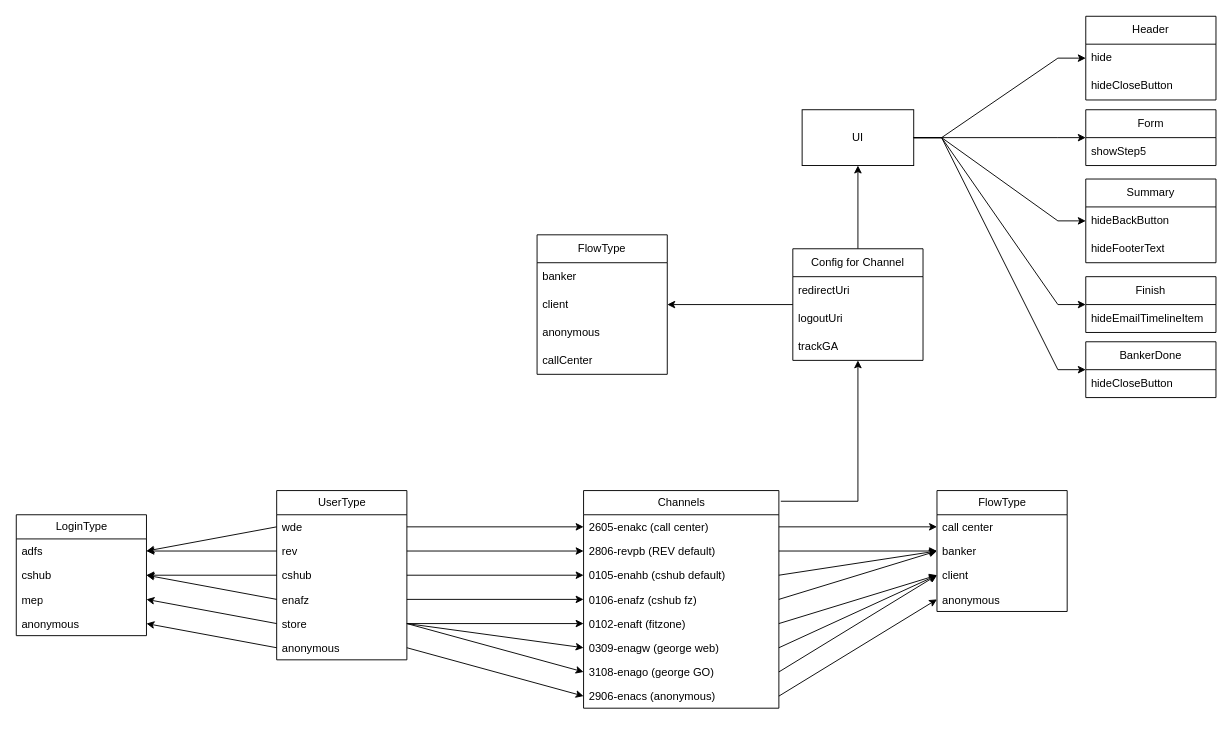
This is ENA_model.drawio from ondrejtuma-ext43301/diagrams, a draw.io file, before an edit. Source tidied: cells renumbered, new cells numbered last; positions are measured from the earlier drawing's top-left corner, leaving out a move shared by most shapes. Both pictures are drawn from the tidied source at 93%, with x=0, y=0 at pixel (16, 16).
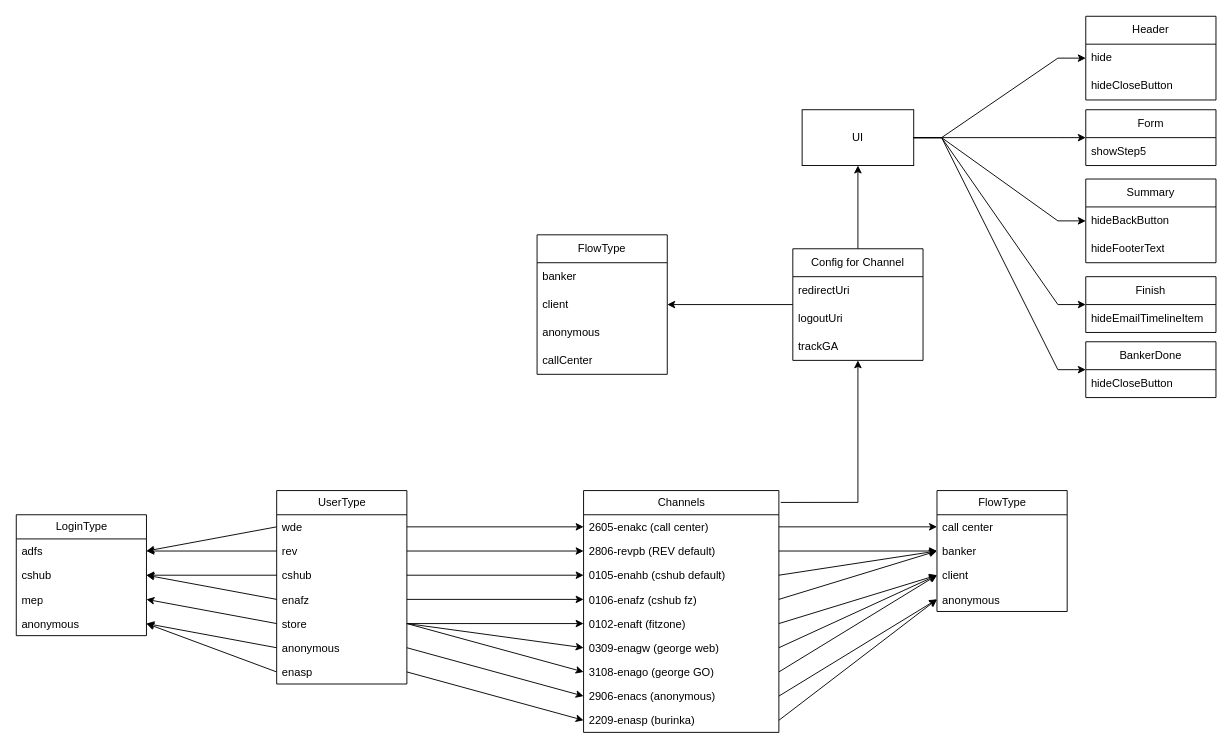
After the change.

Commit message:
chore(model): add enasp user

Unchanged cells that the change refers to:
```xml
<mxCell id="13" value="anonymous" style="text;strokeColor=none;fillColor=none;align=left;verticalAlign=top;spacingLeft=4;spacingRight=4;overflow=hidden;points=[[0,0.5],[1,0.5]];portConstraint=eastwest;whiteSpace=wrap;html=1;" parent="9" vertex="1">
  <mxGeometry y="104" width="140" height="26" as="geometry" />
</mxCell>
<mxCell id="28" value="anonymous" style="text;strokeColor=none;fillColor=none;align=left;verticalAlign=top;spacingLeft=4;spacingRight=4;overflow=hidden;points=[[0,0.5],[1,0.5]];portConstraint=eastwest;whiteSpace=wrap;html=1;" parent="24" vertex="1">
  <mxGeometry y="104" width="140" height="26" as="geometry" />
</mxCell>
```

What changed in the source:
```diff
@@
     <mxCell id="2" value="UserType" style="swimlane;fontStyle=0;horizontal=1;startSize=26;fillColor=none;html=1;" parent="1" vertex="1">
-      <mxGeometry x="280" y="510" width="140" height="182" as="geometry" />
+      <mxGeometry x="280" y="510" width="140" height="208" as="geometry" />
     </mxCell>
@@
+    <mxCell id="80" value="enasp" style="text;strokeColor=none;fillColor=none;align=left;verticalAlign=top;spacingLeft=4;spacingRight=4;overflow=hidden;points=[[0,0.5],[1,0.5]];portConstraint=eastwest;whiteSpace=wrap;html=1;" parent="2" vertex="1">
+      <mxGeometry y="182" width="140" height="26" as="geometry" />
+    </mxCell>
@@
     <mxCell id="14" value="Channels" style="swimlane;fontStyle=0;horizontal=1;startSize=26;fillColor=none;html=1;" parent="1" vertex="1">
-      <mxGeometry x="610" y="510" width="210" height="234" as="geometry" />
+      <mxGeometry x="610" y="510" width="210" height="260" as="geometry" />
     </mxCell>
@@
+    <mxCell id="81" value="2209-enasp (burinka)" style="text;strokeColor=none;fillColor=none;align=left;verticalAlign=top;spacingLeft=4;spacingRight=4;overflow=hidden;points=[[0,0.5],[1,0.5]];portConstraint=eastwest;whiteSpace=wrap;html=1;" parent="14" vertex="1">
+      <mxGeometry y="234" width="210" height="26" as="geometry" />
+    </mxCell>
@@
+    <mxCell id="82" style="endArrow=classic;html=1;rounded=0;entryX=1;entryY=0.5;entryDx=0;entryDy=0;exitX=0;exitY=0.5;exitDx=0;exitDy=0;" parent="1" edge="1" source="80" target="13">
+      <mxGeometry relative="1" as="geometry" />
+    </mxCell>
+    <mxCell id="83" style="endArrow=classic;html=1;rounded=0;entryX=0;entryY=0.5;entryDx=0;entryDy=0;exitX=1;exitY=0.5;exitDx=0;exitDy=0;" parent="1" edge="1" source="80" target="81">
+      <mxGeometry relative="1" as="geometry" />
+    </mxCell>
+    <mxCell id="84" style="endArrow=classic;html=1;rounded=0;entryX=0;entryY=0.5;entryDx=0;entryDy=0;exitX=1;exitY=0.5;exitDx=0;exitDy=0;" parent="1" edge="1" source="81" target="28">
+      <mxGeometry relative="1" as="geometry" />
+    </mxCell>
```
